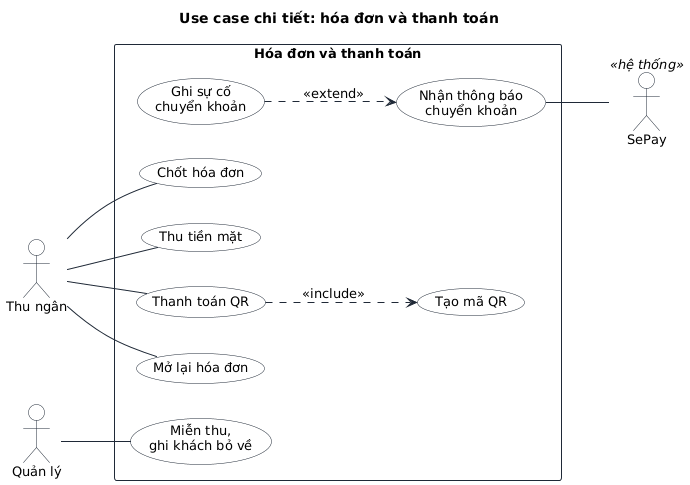
This is docs/bao-cao-ltnc/uml/uc-thanh-toan.png from Anpham120/restaurant-management-system, a PlantUML export, as it was before one commit. The source it was exported from:
```plantuml
@startuml
!include _style.iuml
title Use case chi tiết: hóa đơn và thanh toán
left to right direction
actor "Thu ngân" as C
actor "Quản lý" as M
rectangle "Hóa đơn và thanh toán" {
  usecase "Chốt hóa đơn" as P1
  usecase "Thu tiền mặt" as P2
  usecase "Thanh toán QR" as P3
  usecase "Tạo mã QR" as P3a
  usecase "Mở lại hóa đơn" as P5
  usecase "Miễn thu,\nghi khách bỏ về" as P6
  usecase "Nhận thông báo\nchuyển khoản" as P4
  usecase "Ghi sự cố\nchuyển khoản" as P4a
}
actor "SePay" as S <<hệ thống>>
C -- P1
C -- P2
C -- P3
C -- P5
M -- P6
P3 ..> P3a : <<include>>
P4 -- S
P4a ..> P4 : <<extend>>
@enduml
```
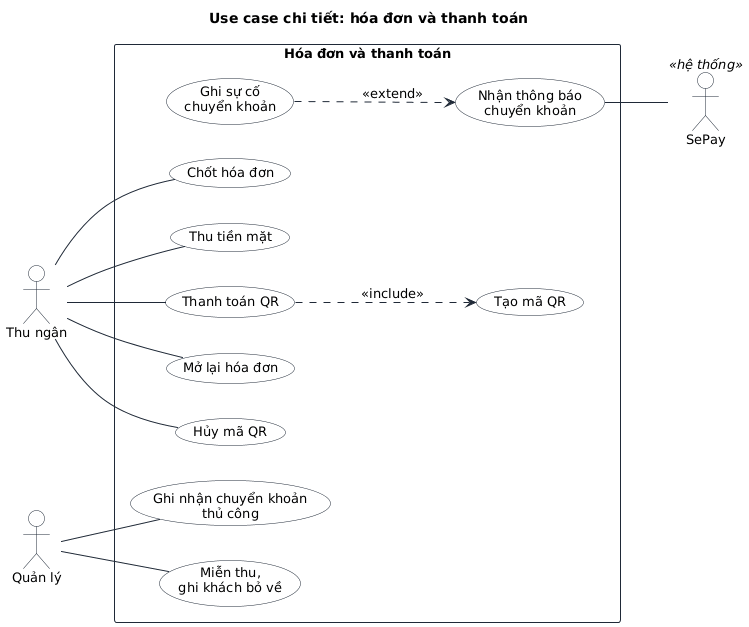
Above is the later version.

What changed in the source:
```diff
@@ -10,6 +10,8 @@
   usecase "Thanh toán QR" as P3
   usecase "Tạo mã QR" as P3a
   usecase "Mở lại hóa đơn" as P5
+  usecase "Hủy mã QR" as P3b
+  usecase "Ghi nhận chuyển khoản\nthủ công" as P8
   usecase "Miễn thu,\nghi khách bỏ về" as P6
   usecase "Nhận thông báo\nchuyển khoản" as P4
   usecase "Ghi sự cố\nchuyển khoản" as P4a
@@ -19,6 +21,8 @@
 C -- P2
 C -- P3
 C -- P5
+C -- P3b
+M -- P8
 M -- P6
 P3 ..> P3a : <<include>>
 P4 -- S
```
